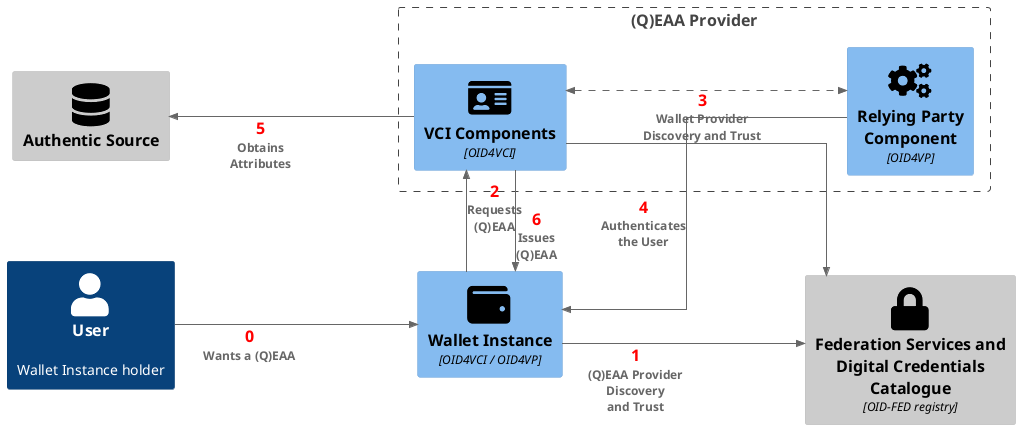
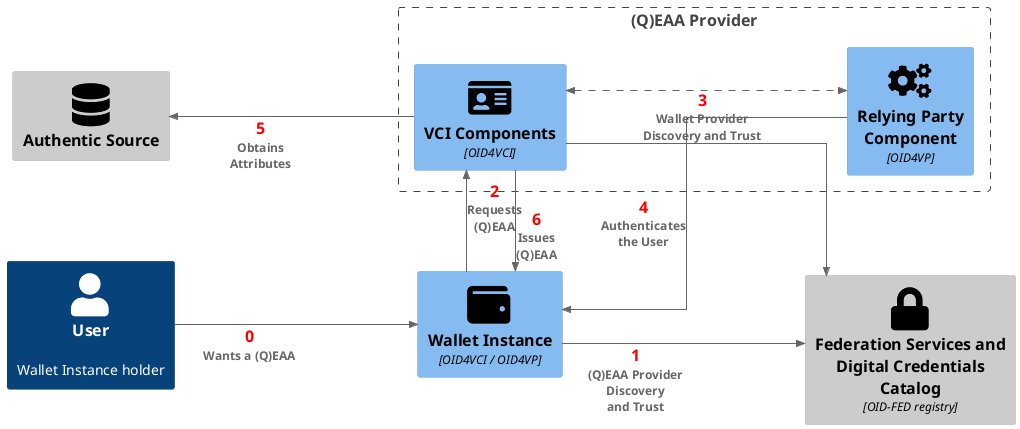
@startuml High-Level (Q)EAA Issuance Flow
!include <C4/C4_Component>

HIDE_STEREOTYPE()
LAYOUT_LEFT_RIGHT()

skinparam linetype ortho
skinparam nodesep 100
skinparam ranksep 239

' Define SPRITES
!include <tupadr3/common>
!include <tupadr3/font-awesome-5/certificate>
!include <tupadr3/font-awesome-5/database>
!include <tupadr3/font-awesome-5/lock>
!include <tupadr3/font-awesome-5/users>
!include <tupadr3/font-awesome-5/cogs>
!include <tupadr3/font-awesome-5/server>
!include <tupadr3/font-awesome-5/key>
!include <tupadr3/font-awesome-5/user>
!include <tupadr3/font-awesome-5/id_card>
!include <tupadr3/font-awesome-5/exchange_alt>
!include <tupadr3/font-awesome-5/desktop>
!include <tupadr3/font-awesome-5/wallet>
!include <tupadr3/font-awesome/institution>

AddRelTag("async", $textColor=$ARROW_FONT_COLOR, $lineColor=$ARROW_COLOR, $lineStyle=DashedLine())

Person(user, "User", "Wallet Instance holder")
Component(wi, "Wallet Instance", "OID4VCI / OID4VP", "",$sprite="wallet")
Boundary(qeaaProvider, "(Q)EAA Provider") {
    Component(vci, "VCI Components", "OID4VCI", "",$sprite="id_card")
    Component(rp, "Relying Party Component", "OID4VP", "",$sprite="cogs")
}
Component_Ext(as, "Authentic Source", "", "",$sprite="database")
- Component_Ext(ta, "Federation Services and Digital Credentials Catalogue", "OID-FED registry", "",$sprite="lock")
+ Component_Ext(ta, "Federation Services and Digital Credentials Catalog", "OID-FED registry", "",$sprite="lock")

Rel(user,wi,"<size:16><color red><b>0</b></color></size>\nWants a (Q)EAA","")
Rel(wi,ta,"<size:16><color red><b>1</b></color></size>\n(Q)EAA Provider Discovery\nand Trust","")
Rel(wi,vci,"<size:16><color red><b>2</b></color></size>\nRequests\n(Q)EAA","")
Rel(vci,ta,"<size:16><color red><b>3</b></color></size>\nWallet Provider Discovery and Trust","")
Rel_U(rp,wi,"<size:16><color red><b>4</b></color></size>\nAuthenticates\nthe User","")
Rel_U(vci,as,"<size:16><color red><b>5</b></color></size>\nObtains\nAttributes","")
BiRel(vci,rp,"","",$tags="async")
Rel(vci,wi,"<size:16><color red><b>6</b></color></size>\nIssues\n(Q)EAA","")
@enduml